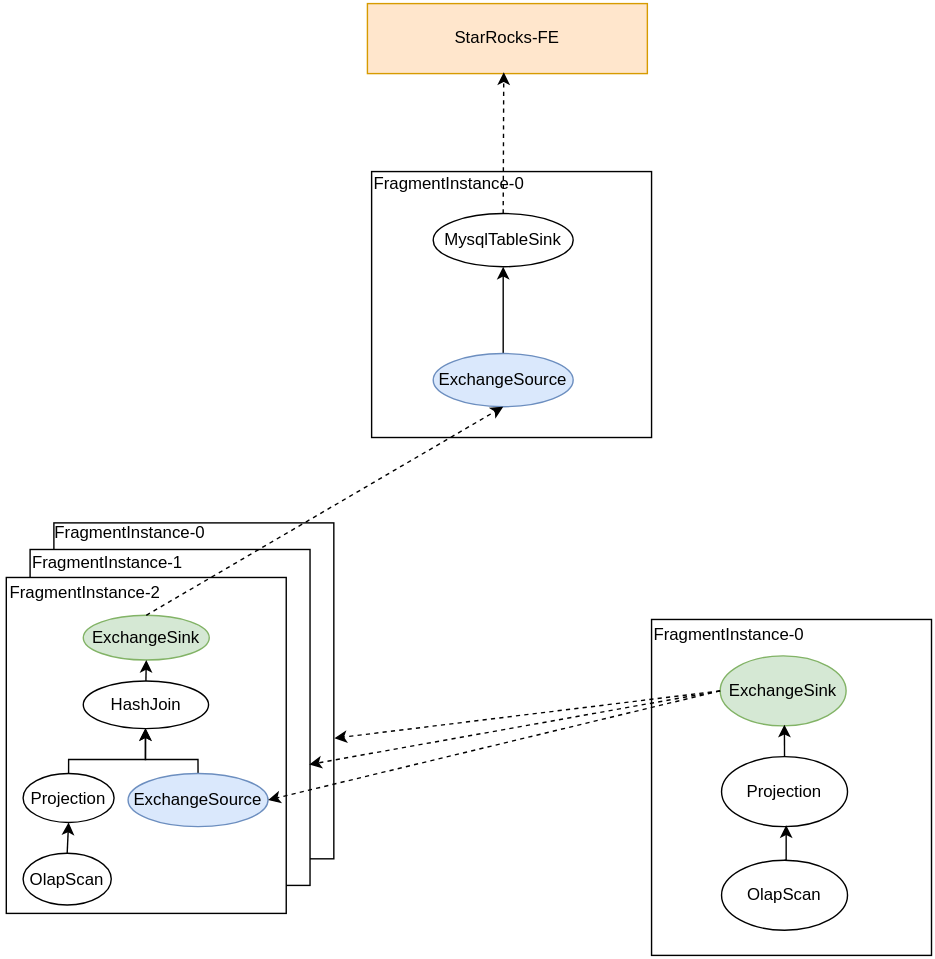
Above: StarRocks/Pipeline-FragmentInstance-1.svg in szza/szza.github.io.images (draw.io), before the change. Source tidied: cells renumbered, new cells last; positions are measured from the earlier drawing's top-left corner, leaving out a move shared by most shapes.
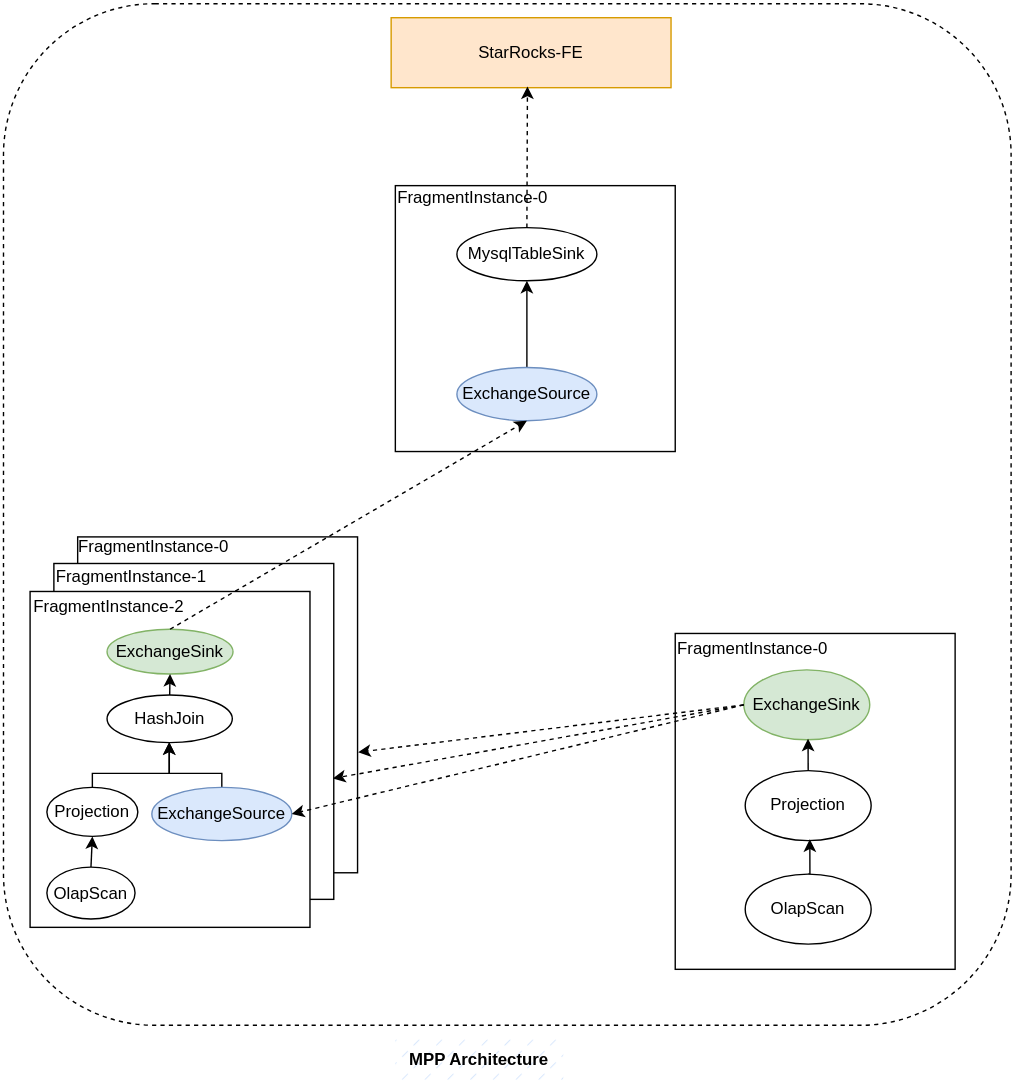
Later version of the same file.

Change to the diagram source:
```diff
@@ -111,5 +111,11 @@
     <mxCell id="34" style="endArrow=classic;html=1;rounded=0;entryX=0.487;entryY=0.982;entryDx=0;entryDy=0;exitX=0.5;exitY=0;exitDx=0;exitDy=0;dashed=1;entryPerimeter=0;" parent="1" edge="1" source="31" target="4">
       <mxGeometry relative="1" as="geometry" />
     </mxCell>
+    <mxCell id="35" style="rounded=1;whiteSpace=wrap;html=1;fillColor=none;dashed=1;" parent="1" vertex="1">
+      <mxGeometry x="-17" y="-10" width="720" height="730" as="geometry" />
+    </mxCell>
+    <mxCell id="36" value="&lt;b&gt;MPP Architecture&lt;/b&gt;" style="text;html=1;strokeColor=none;fillColor=#dae8fc;align=center;verticalAlign=middle;whiteSpace=wrap;rounded=0;fillStyle=dashed;" parent="1" vertex="1">
+      <mxGeometry x="263" y="730" width="120" height="30" as="geometry" />
+    </mxCell>
   </root>
 </mxGraphModel>
```
